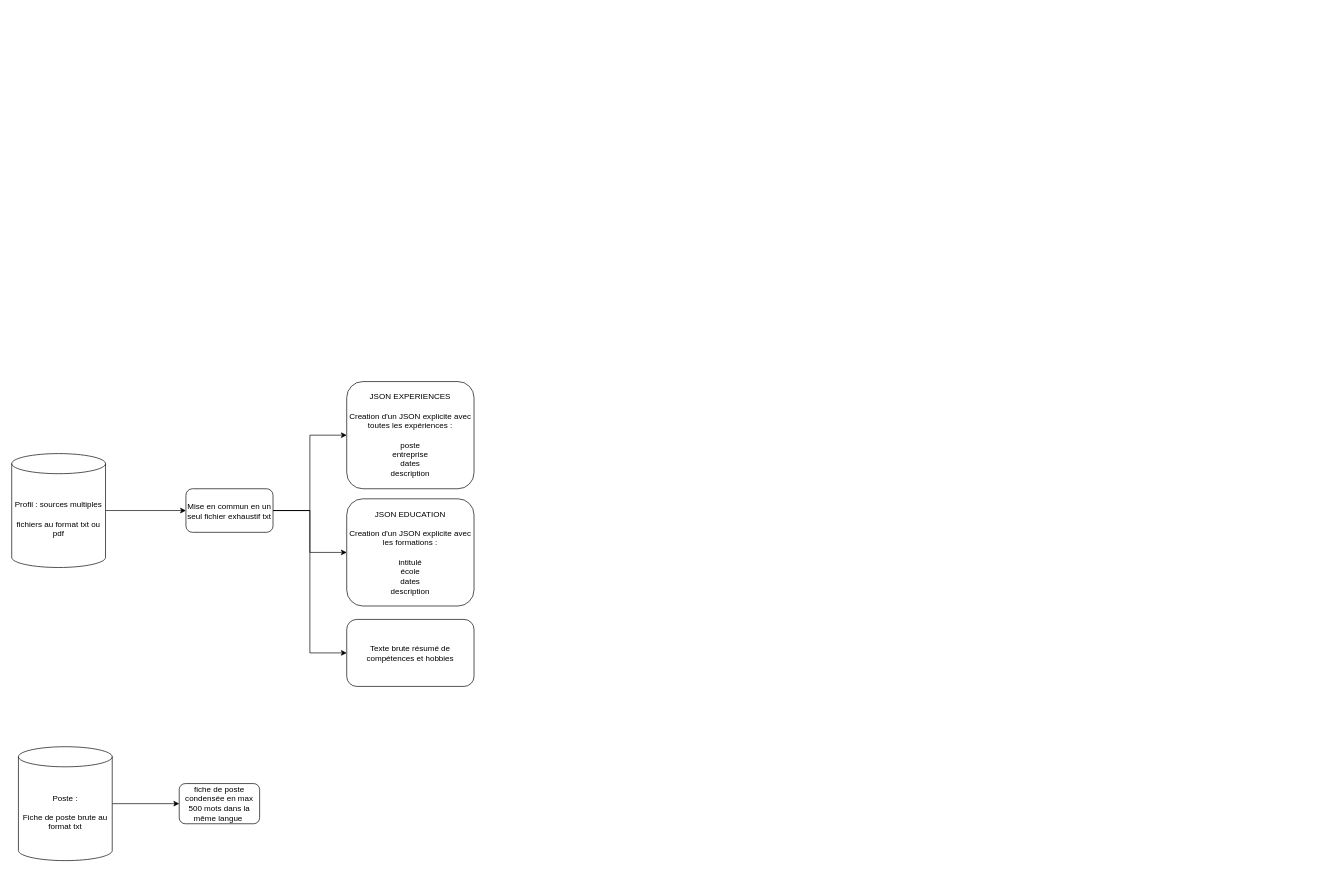
alexdmds/cv_auto keeps this draw.io diagram as Diagramme sans nom.drawio. Above is the earlier version. Source tidied: cells renumbered, new cells numbered last; positions are measured from the earlier drawing's top-left corner, leaving out a move shared by most shapes. Both pictures are drawn from the tidied source at 67%, with x=0, y=0 at pixel (11, 381).
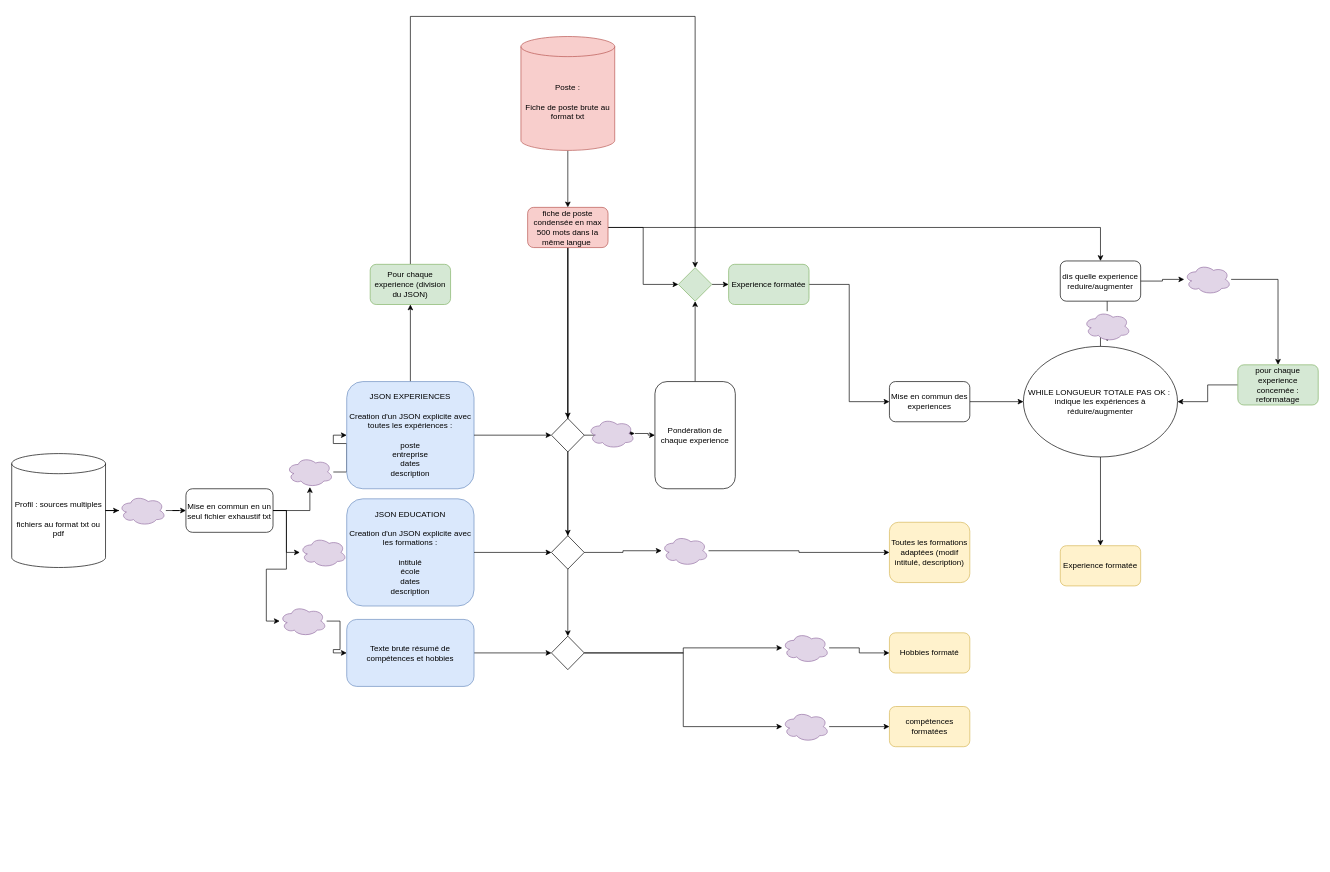
After the change.

Commit message:
Mettre à jour Diagramme sans nom.drawio

Unchanged cells that the change refers to:
```xml
<mxCell id="3" value="Profil : sources multiples&lt;br&gt;&lt;br&gt;fichiers au format txt ou pdf" style="shape=cylinder3;whiteSpace=wrap;html=1;boundedLbl=1;backgroundOutline=1;size=15;" parent="1" vertex="1">
  <mxGeometry y="107.5" width="140" height="170" as="geometry" />
</mxCell>
<mxCell id="10" value="Mise en commun en un seul fichier exhaustif txt" style="rounded=1;whiteSpace=wrap;html=1;" parent="1" vertex="1">
  <mxGeometry x="260" y="160" width="130" height="65" as="geometry" />
</mxCell>
```

The edit, as a diff of the source:
```diff
@@
-    <mxCell id="2" style="edgeStyle=orthogonalEdgeStyle;rounded=0;jettySize=auto;html=1;" parent="1" edge="1" source="3" target="10">
+    <mxCell id="2" style="edgeStyle=orthogonalEdgeStyle;rounded=0;jettySize=auto;html=1;" parent="1" edge="1" source="52" target="10">
       <mxGeometry relative="1" as="geometry" />
     </mxCell>
@@
-    <mxCell id="5" value="Poste :&lt;br&gt;&lt;br&gt;Fiche de poste brute au format txt" style="shape=cylinder3;whiteSpace=wrap;html=1;boundedLbl=1;backgroundOutline=1;size=15;" parent="1" vertex="1">
-      <mxGeometry x="10" y="545" width="140" height="170" as="geometry" />
+    <mxCell id="5" value="Poste :&lt;br&gt;&lt;br&gt;Fiche de poste brute au format txt" style="shape=cylinder3;whiteSpace=wrap;html=1;boundedLbl=1;backgroundOutline=1;size=15;fillColor=#f8cecc;strokeColor=#b85450;" parent="1" vertex="1">
+      <mxGeometry x="760" y="-515" width="140" height="170" as="geometry" />
     </mxCell>
+    <mxCell id="14" style="edgeStyle=orthogonalEdgeStyle;rounded=0;jettySize=auto;html=1;exitX=0.5;exitY=1;exitDx=0;exitDy=0;entryX=0.5;entryY=0;entryDx=0;entryDy=0;" parent="1" edge="1" source="6" target="28">
+      <mxGeometry relative="1" as="geometry" />
+    </mxCell>
+    <mxCell id="15" style="edgeStyle=orthogonalEdgeStyle;rounded=0;jettySize=auto;html=1;exitX=0.5;exitY=1;exitDx=0;exitDy=0;entryX=0.5;entryY=0;entryDx=0;entryDy=0;" parent="1" edge="1" source="6" target="31">
+      <mxGeometry relative="1" as="geometry" />
+    </mxCell>
+    <mxCell id="16" style="edgeStyle=orthogonalEdgeStyle;rounded=0;jettySize=auto;html=1;exitX=0.5;exitY=1;exitDx=0;exitDy=0;entryX=0.5;entryY=0;entryDx=0;entryDy=0;" parent="1" edge="1" source="6" target="34">
+      <mxGeometry relative="1" as="geometry" />
+    </mxCell>
+    <mxCell id="17" style="edgeStyle=orthogonalEdgeStyle;rounded=0;jettySize=auto;html=1;exitX=1;exitY=0.5;exitDx=0;exitDy=0;entryX=0;entryY=0.5;entryDx=0;entryDy=0;" parent="1" edge="1" source="6" target="40">
+      <mxGeometry relative="1" as="geometry" />
+    </mxCell>
+    <mxCell id="18" style="edgeStyle=orthogonalEdgeStyle;rounded=0;jettySize=auto;html=1;entryX=0.5;entryY=0;entryDx=0;entryDy=0;" parent="1" edge="1" source="6" target="47">
+      <mxGeometry relative="1" as="geometry" />
+    </mxCell>
-    <mxCell id="6" value="fiche de poste condensée en max 500 mots dans la même langue&amp;nbsp;" style="rounded=1;whiteSpace=wrap;html=1;" parent="1" vertex="1">
-      <mxGeometry x="250" y="600" width="120" height="60" as="geometry" />
+    <mxCell id="6" value="fiche de poste condensée en max 500 mots dans la même langue&amp;nbsp;" style="rounded=1;whiteSpace=wrap;html=1;fillColor=#f8cecc;strokeColor=#b85450;" parent="1" vertex="1">
+      <mxGeometry x="770" y="-260" width="120" height="60" as="geometry" />
     </mxCell>
-    <mxCell id="7" style="edgeStyle=orthogonalEdgeStyle;rounded=0;jettySize=auto;html=1;exitX=1;exitY=0.5;exitDx=0;exitDy=0;" parent="1" edge="1" source="10" target="11">
+    <mxCell id="7" style="edgeStyle=orthogonalEdgeStyle;rounded=0;jettySize=auto;html=1;exitX=1;exitY=0.5;exitDx=0;exitDy=0;" parent="1" edge="1" source="54" target="11">
       <mxGeometry relative="1" as="geometry" />
     </mxCell>
-    <mxCell id="8" style="edgeStyle=orthogonalEdgeStyle;rounded=0;jettySize=auto;html=1;exitX=1;exitY=0.5;exitDx=0;exitDy=0;entryX=0;entryY=0.5;entryDx=0;entryDy=0;" parent="1" edge="1" source="10" target="12">
+    <mxCell id="8" style="edgeStyle=orthogonalEdgeStyle;rounded=0;jettySize=auto;html=1;exitX=1;exitY=0.5;exitDx=0;exitDy=0;entryX=0;entryY=0.5;entryDx=0;entryDy=0;" parent="1" edge="1" source="56" target="12">
       <mxGeometry relative="1" as="geometry" />
     </mxCell>
-    <mxCell id="9" style="edgeStyle=orthogonalEdgeStyle;rounded=0;jettySize=auto;html=1;exitX=1;exitY=0.5;exitDx=0;exitDy=0;entryX=0;entryY=0.5;entryDx=0;entryDy=0;" parent="1" edge="1" source="10" target="13">
+    <mxCell id="9" style="edgeStyle=orthogonalEdgeStyle;rounded=0;jettySize=auto;html=1;exitX=1;exitY=0.5;exitDx=0;exitDy=0;entryX=0;entryY=0.5;entryDx=0;entryDy=0;" parent="1" edge="1" source="58" target="13">
       <mxGeometry relative="1" as="geometry" />
     </mxCell>
@@
+    <mxCell id="19" style="edgeStyle=orthogonalEdgeStyle;rounded=0;jettySize=auto;html=1;" parent="1" edge="1" source="11" target="36">
+      <mxGeometry relative="1" as="geometry" />
+    </mxCell>
-    <mxCell id="11" value="JSON EXPERIENCES&lt;div&gt;&lt;br&gt;Creation d'un JSON explicite avec toutes les expériences :&lt;br&gt;&lt;br&gt;poste&lt;br&gt;entreprise&lt;br&gt;dates&lt;br&gt;description&lt;/div&gt;" style="rounded=1;whiteSpace=wrap;html=1;" parent="1" vertex="1">
+    <mxCell id="11" value="JSON EXPERIENCES&lt;div&gt;&lt;br&gt;Creation d'un JSON explicite avec toutes les expériences :&lt;br&gt;&lt;br&gt;poste&lt;br&gt;entreprise&lt;br&gt;dates&lt;br&gt;description&lt;/div&gt;" style="rounded=1;whiteSpace=wrap;html=1;fillColor=#dae8fc;strokeColor=#6c8ebf;" parent="1" vertex="1">
       <mxGeometry x="500" width="190" height="160" as="geometry" />
     </mxCell>
-    <mxCell id="12" value="JSON EDUCATION&lt;div&gt;&lt;br&gt;Creation d'un JSON explicite avec les formations :&lt;br&gt;&lt;br&gt;intitulé&lt;br&gt;école&lt;br&gt;dates&lt;br&gt;description&lt;/div&gt;" style="rounded=1;whiteSpace=wrap;html=1;" parent="1" vertex="1">
+    <mxCell id="12" value="JSON EDUCATION&lt;div&gt;&lt;br&gt;Creation d'un JSON explicite avec les formations :&lt;br&gt;&lt;br&gt;intitulé&lt;br&gt;école&lt;br&gt;dates&lt;br&gt;description&lt;/div&gt;" style="rounded=1;whiteSpace=wrap;html=1;fillColor=#dae8fc;strokeColor=#6c8ebf;" parent="1" vertex="1">
       <mxGeometry x="500" y="175" width="190" height="160" as="geometry" />
     </mxCell>
+    <mxCell id="20" style="edgeStyle=orthogonalEdgeStyle;rounded=0;jettySize=auto;html=1;entryX=0;entryY=0.5;entryDx=0;entryDy=0;" parent="1" edge="1" source="13" target="28">
+      <mxGeometry relative="1" as="geometry" />
+    </mxCell>
-    <mxCell id="13" value="Texte brute résumé de compétences et hobbies" style="rounded=1;whiteSpace=wrap;html=1;" parent="1" vertex="1">
+    <mxCell id="13" value="Texte brute résumé de compétences et hobbies" style="rounded=1;whiteSpace=wrap;html=1;fillColor=#dae8fc;strokeColor=#6c8ebf;" parent="1" vertex="1">
       <mxGeometry x="500" y="355" width="190" height="100" as="geometry" />
     </mxCell>
+    <mxCell id="21" style="edgeStyle=orthogonalEdgeStyle;rounded=0;jettySize=auto;html=1;exitX=0.5;exitY=0;exitDx=0;exitDy=0;entryX=0.5;entryY=1;entryDx=0;entryDy=0;" parent="1" edge="1" source="22" target="40">
+      <mxGeometry relative="1" as="geometry" />
+    </mxCell>
+    <mxCell id="22" value="Pondération de chaque experience" style="whiteSpace=wrap;html=1;rounded=1;" parent="1" vertex="1">
+      <mxGeometry x="960" width="120" height="160" as="geometry" />
+    </mxCell>
+    <mxCell id="23" value="Toutes les formations adaptées (modif intitulé, description)" style="whiteSpace=wrap;html=1;rounded=1;fillColor=#fff2cc;strokeColor=#d6b656;" parent="1" vertex="1">
+      <mxGeometry x="1310" y="210" width="120" height="90" as="geometry" />
+    </mxCell>
+    <mxCell id="24" value="Hobbies formaté" style="whiteSpace=wrap;html=1;rounded=1;fillColor=#fff2cc;strokeColor=#d6b656;" parent="1" vertex="1">
+      <mxGeometry x="1310" y="375" width="120" height="60" as="geometry" />
+    </mxCell>
+    <mxCell id="25" value="compétences formatées" style="whiteSpace=wrap;html=1;rounded=1;fillColor=#fff2cc;strokeColor=#d6b656;" parent="1" vertex="1">
+      <mxGeometry x="1310" y="485" width="120" height="60" as="geometry" />
+    </mxCell>
+    <mxCell id="26" style="edgeStyle=orthogonalEdgeStyle;rounded=0;jettySize=auto;html=1;exitX=1;exitY=0.5;exitDx=0;exitDy=0;" parent="1" edge="1" source="64" target="24">
+      <mxGeometry relative="1" as="geometry" />
+    </mxCell>
+    <mxCell id="27" style="edgeStyle=orthogonalEdgeStyle;rounded=0;jettySize=auto;html=1;exitX=1;exitY=0.5;exitDx=0;exitDy=0;entryX=0;entryY=0.5;entryDx=0;entryDy=0;" parent="1" edge="1" source="66" target="25">
+      <mxGeometry relative="1" as="geometry" />
+    </mxCell>
+    <mxCell id="28" style="rhombus;whiteSpace=wrap;html=1;" parent="1" vertex="1">
+      <mxGeometry x="805.5" y="380" width="49" height="50" as="geometry" />
+    </mxCell>
+    <mxCell id="29" style="edgeStyle=orthogonalEdgeStyle;rounded=0;jettySize=auto;html=1;exitX=1;exitY=0.5;exitDx=0;exitDy=0;entryX=0;entryY=0.5;entryDx=0;entryDy=0;" parent="1" edge="1" source="12" target="31">
+      <mxGeometry relative="1" as="geometry" />
+    </mxCell>
+    <mxCell id="30" style="edgeStyle=orthogonalEdgeStyle;rounded=0;jettySize=auto;html=1;exitX=1;exitY=0.5;exitDx=0;exitDy=0;entryX=0;entryY=0.5;entryDx=0;entryDy=0;" parent="1" edge="1" source="62" target="23">
+      <mxGeometry relative="1" as="geometry" />
+    </mxCell>
+    <mxCell id="31" style="rhombus;whiteSpace=wrap;html=1;" parent="1" vertex="1">
+      <mxGeometry x="805.5" y="230" width="49" height="50" as="geometry" />
+    </mxCell>
+    <mxCell id="32" style="edgeStyle=orthogonalEdgeStyle;rounded=0;jettySize=auto;html=1;" parent="1" edge="1" source="11" target="34">
+      <mxGeometry relative="1" as="geometry" />
+    </mxCell>
+    <mxCell id="33" style="edgeStyle=orthogonalEdgeStyle;rounded=0;jettySize=auto;html=1;exitX=1;exitY=0.5;exitDx=0;exitDy=0;" parent="1" edge="1" source="60" target="22">
+      <mxGeometry relative="1" as="geometry" />
+    </mxCell>
+    <mxCell id="34" style="rhombus;whiteSpace=wrap;html=1;" parent="1" vertex="1">
+      <mxGeometry x="805.5" y="55" width="49" height="50" as="geometry" />
+    </mxCell>
+    <mxCell id="35" style="edgeStyle=orthogonalEdgeStyle;rounded=0;jettySize=auto;html=1;exitX=0.5;exitY=0;exitDx=0;exitDy=0;entryX=0.5;entryY=0;entryDx=0;entryDy=0;" parent="1" edge="1" source="36" target="40">
+      <mxGeometry relative="1" as="geometry">
+        <Array as="points">
+          <mxPoint x="595" y="-545" />
+          <mxPoint x="1020" y="-545" />
+        </Array>
+      </mxGeometry>
+    </mxCell>
+    <mxCell id="36" value="Pour chaque experience (division du JSON)" style="whiteSpace=wrap;html=1;rounded=1;fillColor=#d5e8d4;strokeColor=#82b366;" parent="1" vertex="1">
+      <mxGeometry x="535" y="-175" width="120" height="60" as="geometry" />
+    </mxCell>
+    <mxCell id="37" style="edgeStyle=orthogonalEdgeStyle;rounded=0;jettySize=auto;html=1;exitX=1;exitY=0.5;exitDx=0;exitDy=0;entryX=0;entryY=0.5;entryDx=0;entryDy=0;" parent="1" edge="1" source="38" target="42">
+      <mxGeometry relative="1" as="geometry" />
+    </mxCell>
+    <mxCell id="38" value="Experience formatée" style="whiteSpace=wrap;html=1;rounded=1;fillColor=#d5e8d4;strokeColor=#82b366;" parent="1" vertex="1">
+      <mxGeometry x="1070" y="-175" width="120" height="60" as="geometry" />
+    </mxCell>
+    <mxCell id="39" style="edgeStyle=orthogonalEdgeStyle;rounded=0;jettySize=auto;html=1;exitX=1;exitY=0.5;exitDx=0;exitDy=0;entryX=0;entryY=0.5;entryDx=0;entryDy=0;" parent="1" edge="1" source="40" target="38">
+      <mxGeometry relative="1" as="geometry" />
+    </mxCell>
+    <mxCell id="40" style="rhombus;whiteSpace=wrap;html=1;fillColor=#d5e8d4;strokeColor=#82b366;" parent="1" vertex="1">
+      <mxGeometry x="995" y="-170" width="50" height="50" as="geometry" />
+    </mxCell>
+    <mxCell id="41" style="edgeStyle=orthogonalEdgeStyle;rounded=0;jettySize=auto;html=1;" parent="1" edge="1" source="42" target="45">
+      <mxGeometry relative="1" as="geometry" />
+    </mxCell>
+    <mxCell id="42" value="Mise en commun des experiences" style="rounded=1;whiteSpace=wrap;html=1;" parent="1" vertex="1">
+      <mxGeometry x="1310" width="120" height="60" as="geometry" />
+    </mxCell>
+    <mxCell id="43" style="edgeStyle=orthogonalEdgeStyle;rounded=0;jettySize=auto;html=1;" parent="1" edge="1" source="68" target="47">
+      <mxGeometry relative="1" as="geometry" />
+    </mxCell>
+    <mxCell id="44" style="edgeStyle=orthogonalEdgeStyle;rounded=0;jettySize=auto;html=1;" parent="1" edge="1" source="45" target="50">
+      <mxGeometry relative="1" as="geometry" />
+    </mxCell>
+    <mxCell id="45" value="WHILE LONGUEUR TOTALE PAS OK :&amp;nbsp;&lt;div&gt;indique les expériences à réduire/augmenter&lt;/div&gt;" style="ellipse;whiteSpace=wrap;html=1;" parent="1" vertex="1">
+      <mxGeometry x="1510" y="-52.5" width="230" height="165" as="geometry" />
+    </mxCell>
+    <mxCell id="46" style="edgeStyle=orthogonalEdgeStyle;rounded=0;jettySize=auto;html=1;" parent="1" edge="1" source="70" target="49">
+      <mxGeometry relative="1" as="geometry" />
+    </mxCell>
+    <mxCell id="47" value="dis quelle experience reduire/augmenter" style="rounded=1;whiteSpace=wrap;html=1;" parent="1" vertex="1">
+      <mxGeometry x="1565" y="-180" width="120" height="60" as="geometry" />
+    </mxCell>
+    <mxCell id="48" style="edgeStyle=orthogonalEdgeStyle;rounded=0;jettySize=auto;html=1;entryX=1;entryY=0.5;entryDx=0;entryDy=0;" parent="1" edge="1" source="49" target="45">
+      <mxGeometry relative="1" as="geometry" />
+    </mxCell>
+    <mxCell id="49" value="pour chaque experience concernée : reformatage" style="whiteSpace=wrap;html=1;rounded=1;fillColor=#d5e8d4;strokeColor=#82b366;" parent="1" vertex="1">
+      <mxGeometry x="1830" y="-25" width="120" height="60" as="geometry" />
+    </mxCell>
+    <mxCell id="50" value="Experience formatée" style="rounded=1;whiteSpace=wrap;html=1;fillColor=#fff2cc;strokeColor=#d6b656;" parent="1" vertex="1">
+      <mxGeometry x="1565" y="245" width="120" height="60" as="geometry" />
+    </mxCell>
+    <mxCell id="51" style="edgeStyle=orthogonalEdgeStyle;rounded=0;jettySize=auto;html=1;" parent="1" edge="1" source="3" target="52">
+      <mxGeometry relative="1" as="geometry" />
+    </mxCell>
+    <mxCell id="52" style="ellipse;shape=cloud;whiteSpace=wrap;html=1;fillColor=#e1d5e7;strokeColor=#9673a6;" parent="1" vertex="1">
+      <mxGeometry x="160" y="170" width="70" height="45" as="geometry" />
+    </mxCell>
+    <mxCell id="53" style="edgeStyle=orthogonalEdgeStyle;rounded=0;jettySize=auto;html=1;exitX=1;exitY=0.5;exitDx=0;exitDy=0;" parent="1" edge="1" source="10" target="54">
+      <mxGeometry relative="1" as="geometry" />
+    </mxCell>
+    <mxCell id="54" style="ellipse;shape=cloud;whiteSpace=wrap;html=1;fillColor=#e1d5e7;strokeColor=#9673a6;" parent="1" vertex="1">
+      <mxGeometry x="410" y="112.5" width="70" height="45" as="geometry" />
+    </mxCell>
+    <mxCell id="55" style="edgeStyle=orthogonalEdgeStyle;rounded=0;jettySize=auto;html=1;exitX=1;exitY=0.5;exitDx=0;exitDy=0;entryX=0;entryY=0.5;entryDx=0;entryDy=0;" parent="1" edge="1" source="10" target="56">
+      <mxGeometry relative="1" as="geometry" />
+    </mxCell>
+    <mxCell id="56" style="ellipse;shape=cloud;whiteSpace=wrap;html=1;fillColor=#e1d5e7;strokeColor=#9673a6;" parent="1" vertex="1">
+      <mxGeometry x="430" y="232.5" width="70" height="45" as="geometry" />
+    </mxCell>
+    <mxCell id="57" style="edgeStyle=orthogonalEdgeStyle;rounded=0;jettySize=auto;html=1;exitX=1;exitY=0.5;exitDx=0;exitDy=0;entryX=0;entryY=0.5;entryDx=0;entryDy=0;" parent="1" edge="1" source="10" target="58">
+      <mxGeometry relative="1" as="geometry" />
+    </mxCell>
+    <mxCell id="58" style="ellipse;shape=cloud;whiteSpace=wrap;html=1;fillColor=#e1d5e7;strokeColor=#9673a6;" parent="1" vertex="1">
+      <mxGeometry x="400" y="335" width="70" height="45" as="geometry" />
+    </mxCell>
+    <mxCell id="59" style="edgeStyle=orthogonalEdgeStyle;rounded=0;jettySize=auto;html=1;exitX=1;exitY=0.5;exitDx=0;exitDy=0;" parent="1" edge="1" source="34" target="60">
+      <mxGeometry relative="1" as="geometry" />
+    </mxCell>
+    <mxCell id="60" style="ellipse;shape=cloud;whiteSpace=wrap;html=1;fillColor=#e1d5e7;strokeColor=#9673a6;" parent="1" vertex="1">
+      <mxGeometry x="860" y="55" width="70" height="45" as="geometry" />
+    </mxCell>
+    <mxCell id="61" style="edgeStyle=orthogonalEdgeStyle;rounded=0;jettySize=auto;html=1;exitX=1;exitY=0.5;exitDx=0;exitDy=0;entryX=0;entryY=0.5;entryDx=0;entryDy=0;" parent="1" edge="1" source="31" target="62">
+      <mxGeometry relative="1" as="geometry" />
+    </mxCell>
+    <mxCell id="62" style="ellipse;shape=cloud;whiteSpace=wrap;html=1;fillColor=#e1d5e7;strokeColor=#9673a6;" parent="1" vertex="1">
+      <mxGeometry x="970" y="230" width="70" height="45" as="geometry" />
+    </mxCell>
+    <mxCell id="63" style="edgeStyle=orthogonalEdgeStyle;rounded=0;jettySize=auto;html=1;exitX=1;exitY=0.5;exitDx=0;exitDy=0;" parent="1" edge="1" source="28" target="64">
+      <mxGeometry relative="1" as="geometry" />
+    </mxCell>
+    <mxCell id="64" style="ellipse;shape=cloud;whiteSpace=wrap;html=1;fillColor=#e1d5e7;strokeColor=#9673a6;" parent="1" vertex="1">
+      <mxGeometry x="1150" y="375" width="70" height="45" as="geometry" />
+    </mxCell>
+    <mxCell id="65" style="edgeStyle=orthogonalEdgeStyle;rounded=0;jettySize=auto;html=1;exitX=1;exitY=0.5;exitDx=0;exitDy=0;entryX=0;entryY=0.5;entryDx=0;entryDy=0;" parent="1" edge="1" source="28" target="66">
+      <mxGeometry relative="1" as="geometry" />
+    </mxCell>
+    <mxCell id="66" style="ellipse;shape=cloud;whiteSpace=wrap;html=1;fillColor=#e1d5e7;strokeColor=#9673a6;" parent="1" vertex="1">
+      <mxGeometry x="1150" y="492.5" width="70" height="45" as="geometry" />
+    </mxCell>
+    <mxCell id="67" style="edgeStyle=orthogonalEdgeStyle;rounded=0;jettySize=auto;html=1;" parent="1" edge="1" source="45" target="68">
+      <mxGeometry relative="1" as="geometry" />
+    </mxCell>
+    <mxCell id="68" style="ellipse;shape=cloud;whiteSpace=wrap;html=1;fillColor=#e1d5e7;strokeColor=#9673a6;" parent="1" vertex="1">
+      <mxGeometry x="1600" y="-105" width="70" height="45" as="geometry" />
+    </mxCell>
+    <mxCell id="69" style="edgeStyle=orthogonalEdgeStyle;rounded=0;jettySize=auto;html=1;" parent="1" edge="1" source="47" target="70">
+      <mxGeometry relative="1" as="geometry" />
+    </mxCell>
+    <mxCell id="70" style="ellipse;shape=cloud;whiteSpace=wrap;html=1;fillColor=#e1d5e7;strokeColor=#9673a6;" parent="1" vertex="1">
+      <mxGeometry x="1750" y="-175" width="70" height="45" as="geometry" />
+    </mxCell>
```
